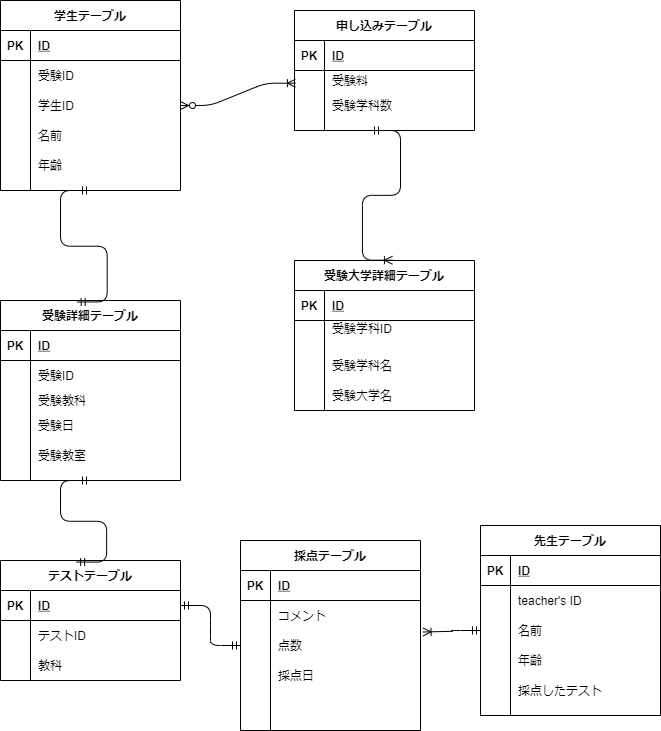
Earlier version of the draw.io export index.drawio.png (shumpei0601/database). Source tidied: cells renumbered, new cells last; positions are measured from the earlier drawing's top-left corner, leaving out a move shared by most shapes.
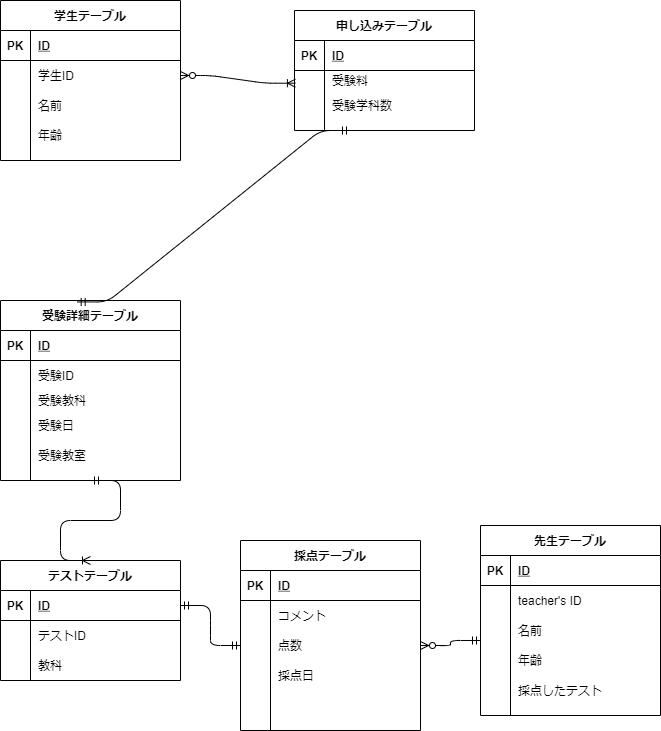
Above is the later version.

Change to the diagram source:
```diff
@@ -32,47 +32,8 @@
     <mxCell id="11" value="教科" style="shape=partialRectangle;fillColor=none;top=0;left=0;bottom=0;right=0;align=left;spacingLeft=6;overflow=hidden;" parent="9" vertex="1">
       <mxGeometry x="30" width="150" height="30" as="geometry" />
     </mxCell>
-    <mxCell id="12" value="受験大学詳細テーブル" style="shape=table;startSize=30;rowLines=0;fontStyle=1;align=center;" parent="1" vertex="1">
-      <mxGeometry x="294" y="260" width="180" height="150" as="geometry" />
-    </mxCell>
-    <mxCell id="13" style="shape=partialRectangle;fillColor=none;top=0;left=0;bottom=1;right=0;" parent="12" vertex="1">
-      <mxGeometry y="30" width="180" height="30" as="geometry" />
-    </mxCell>
-    <mxCell id="14" value="PK" style="shape=partialRectangle;fillColor=none;top=0;left=0;bottom=0;right=0;fontStyle=1;overflow=hidden;" parent="13" vertex="1">
-      <mxGeometry width="30" height="30" as="geometry" />
-    </mxCell>
-    <mxCell id="15" value="ID" style="shape=partialRectangle;fillColor=none;top=0;left=0;bottom=0;right=0;align=left;spacingLeft=6;fontStyle=5;overflow=hidden;" parent="13" vertex="1">
-      <mxGeometry x="30" width="150" height="30" as="geometry" />
-    </mxCell>
-    <mxCell id="16" style="shape=partialRectangle;fillColor=none;top=0;left=0;bottom=0;right=0;" parent="12" vertex="1">
-      <mxGeometry y="60" width="180" height="30" as="geometry" />
-    </mxCell>
-    <mxCell id="17" style="shape=partialRectangle;fillColor=none;top=0;left=0;bottom=0;right=0;overflow=hidden;" parent="16" vertex="1">
-      <mxGeometry width="30" height="30" as="geometry" />
-    </mxCell>
-    <mxCell id="18" value="受験学科ID&#10;" style="shape=partialRectangle;fillColor=none;top=0;left=0;bottom=0;right=0;align=left;spacingLeft=6;overflow=hidden;" parent="16" vertex="1">
-      <mxGeometry x="30" width="150" height="30" as="geometry" />
-    </mxCell>
-    <mxCell id="19" style="shape=partialRectangle;fillColor=none;top=0;left=0;bottom=0;right=0;" parent="12" vertex="1">
-      <mxGeometry y="90" width="180" height="30" as="geometry" />
-    </mxCell>
-    <mxCell id="20" style="shape=partialRectangle;fillColor=none;top=0;left=0;bottom=0;right=0;overflow=hidden;" parent="19" vertex="1">
-      <mxGeometry width="30" height="30" as="geometry" />
-    </mxCell>
-    <mxCell id="21" value="受験学科名" style="shape=partialRectangle;fillColor=none;top=0;left=0;bottom=0;right=0;align=left;spacingLeft=6;overflow=hidden;" parent="19" vertex="1">
-      <mxGeometry x="30" width="150" height="30" as="geometry" />
-    </mxCell>
-    <mxCell id="22" style="shape=partialRectangle;fillColor=none;top=0;left=0;bottom=0;right=0;" parent="12" vertex="1">
-      <mxGeometry y="120" width="180" height="30" as="geometry" />
-    </mxCell>
-    <mxCell id="23" style="shape=partialRectangle;fillColor=none;top=0;left=0;bottom=0;right=0;overflow=hidden;" parent="22" vertex="1">
-      <mxGeometry width="30" height="30" as="geometry" />
-    </mxCell>
-    <mxCell id="24" value="受験大学名" style="shape=partialRectangle;fillColor=none;top=0;left=0;bottom=0;right=0;align=left;spacingLeft=6;overflow=hidden;" parent="22" vertex="1">
-      <mxGeometry x="30" width="150" height="30" as="geometry" />
-    </mxCell>
     <mxCell id="25" value="学生テーブル" style="shape=table;startSize=30;rowLines=0;fontStyle=1;align=center;" parent="1" vertex="1">
-      <mxGeometry width="180" height="190" as="geometry" />
+      <mxGeometry width="180" height="160" as="geometry" />
     </mxCell>
     <mxCell id="26" style="shape=partialRectangle;fillColor=none;top=0;left=0;bottom=1;right=0;" parent="25" vertex="1">
       <mxGeometry y="30" width="180" height="30" as="geometry" />
@@ -83,17 +44,8 @@
     <mxCell id="28" value="ID" style="shape=partialRectangle;fillColor=none;top=0;left=0;bottom=0;right=0;align=left;spacingLeft=6;fontStyle=5;overflow=hidden;" parent="26" vertex="1">
       <mxGeometry x="30" width="150" height="30" as="geometry" />
     </mxCell>
-    <mxCell id="29" style="shape=partialRectangle;fillColor=none;top=0;left=0;bottom=0;right=0;" parent="25" vertex="1">
-      <mxGeometry y="60" width="180" height="30" as="geometry" />
-    </mxCell>
-    <mxCell id="30" style="shape=partialRectangle;fillColor=none;top=0;left=0;bottom=0;right=0;overflow=hidden;" parent="29" vertex="1">
-      <mxGeometry width="30" height="30" as="geometry" />
-    </mxCell>
-    <mxCell id="31" value="受験ID" style="shape=partialRectangle;fillColor=none;top=0;left=0;bottom=0;right=0;align=left;spacingLeft=6;overflow=hidden;" parent="29" vertex="1">
-      <mxGeometry x="30" width="150" height="30" as="geometry" />
-    </mxCell>
     <mxCell id="32" style="shape=partialRectangle;fillColor=none;top=0;left=0;bottom=0;right=0;points=[[0,0.5],[1,0.5]];portConstraint=eastwest;" parent="25" vertex="1">
-      <mxGeometry y="90" width="180" height="30" as="geometry" />
+      <mxGeometry y="60" width="180" height="30" as="geometry" />
     </mxCell>
     <mxCell id="33" style="shape=partialRectangle;fillColor=none;top=0;left=0;bottom=0;right=0;overflow=hidden;" parent="32" vertex="1">
       <mxGeometry width="30" height="30" as="geometry" />
@@ -102,7 +54,7 @@
       <mxGeometry x="30" width="150" height="30" as="geometry" />
     </mxCell>
     <mxCell id="35" style="shape=partialRectangle;fillColor=none;top=0;left=0;bottom=0;right=0;" parent="25" vertex="1">
-      <mxGeometry y="120" width="180" height="30" as="geometry" />
+      <mxGeometry y="90" width="180" height="30" as="geometry" />
     </mxCell>
     <mxCell id="36" style="shape=partialRectangle;fillColor=none;top=0;left=0;bottom=0;right=0;overflow=hidden;" parent="35" vertex="1">
       <mxGeometry width="30" height="30" as="geometry" />
@@ -111,7 +63,7 @@
       <mxGeometry x="30" width="150" height="30" as="geometry" />
     </mxCell>
     <mxCell id="38" style="shape=partialRectangle;fillColor=none;top=0;left=0;bottom=0;right=0;" parent="25" vertex="1">
-      <mxGeometry y="150" width="180" height="30" as="geometry" />
+      <mxGeometry y="120" width="180" height="30" as="geometry" />
     </mxCell>
     <mxCell id="39" style="shape=partialRectangle;fillColor=none;top=0;left=0;bottom=0;right=0;overflow=hidden;" parent="38" vertex="1">
       <mxGeometry width="30" height="30" as="geometry" />
@@ -250,14 +202,9 @@
     </mxCell>
     <mxCell id="84" style="edgeStyle=entityRelationEdgeStyle;fontSize=12;html=1;endArrow=ERmandOne;startArrow=ERmandOne;exitX=0.426;exitY=0.008;exitDx=0;exitDy=0;exitPerimeter=0;" parent="1" edge="1" source="41">
       <mxGeometry relative="1" as="geometry">
-        <mxPoint x="90" y="190" as="targetPoint" />
+        <mxPoint x="350" y="130" as="targetPoint" />
       </mxGeometry>
     </mxCell>
-    <mxCell id="85" style="edgeStyle=entityRelationEdgeStyle;fontSize=12;html=1;endArrow=ERmandOne;startArrow=ERmandOne;exitX=0.423;exitY=0.013;exitDx=0;exitDy=0;exitPerimeter=0;" parent="1" edge="1" source="2">
-      <mxGeometry relative="1" as="geometry">
-        <mxPoint x="90" y="480" as="targetPoint" />
-      </mxGeometry>
-    </mxCell>
     <mxCell id="86" value="採点テーブル" style="shape=table;startSize=30;rowLines=0;fontStyle=1;align=center;" parent="1" vertex="1">
       <mxGeometry x="240" y="540" width="180" height="190" as="geometry" />
     </mxCell>
@@ -309,13 +256,13 @@
     <mxCell id="102" style="edgeStyle=entityRelationEdgeStyle;fontSize=12;html=1;endArrow=ERmandOne;startArrow=ERmandOne;exitX=1;exitY=0.5;exitDx=0;exitDy=0;entryX=0;entryY=0.5;entryDx=0;entryDy=0;" parent="1" edge="1" source="3" target="93">
       <mxGeometry relative="1" as="geometry" />
     </mxCell>
+    <mxCell id="105" style="edgeStyle=entityRelationEdgeStyle;fontSize=12;html=1;endArrow=ERoneToMany;startArrow=ERmandOne;entryX=0.5;entryY=0;entryDx=0;entryDy=0;" parent="1" edge="1" target="2">
+      <mxGeometry relative="1" as="geometry">
+        <mxPoint x="90" y="480" as="sourcePoint" />
+      </mxGeometry>
+    </mxCell>
-    <mxCell id="103" style="edgeStyle=entityRelationEdgeStyle;fontSize=12;html=1;endArrow=ERoneToMany;startArrow=ERmandOne;exitX=0;exitY=0.5;exitDx=0;exitDy=0;entryX=1.014;entryY=0.051;entryDx=0;entryDy=0;entryPerimeter=0;" parent="1" edge="1" source="64" target="93">
+    <mxCell id="103" style="edgeStyle=entityRelationEdgeStyle;fontSize=12;html=1;endArrow=ERzeroToMany;startArrow=ERmandOne;exitX=0;exitY=0.833;exitDx=0;exitDy=0;exitPerimeter=0;entryX=1;entryY=0.5;entryDx=0;entryDy=0;" parent="1" edge="1" source="64" target="93">
       <mxGeometry relative="1" as="geometry" />
     </mxCell>
-    <mxCell id="104" style="edgeStyle=entityRelationEdgeStyle;fontSize=12;html=1;endArrow=ERoneToMany;startArrow=ERmandOne;entryX=0.544;entryY=-0.002;entryDx=0;entryDy=0;entryPerimeter=0;" parent="1" edge="1" target="12">
-      <mxGeometry relative="1" as="geometry">
-        <mxPoint x="370" y="130" as="sourcePoint" />
-      </mxGeometry>
-    </mxCell>
   </root>
 </mxGraphModel>
```
